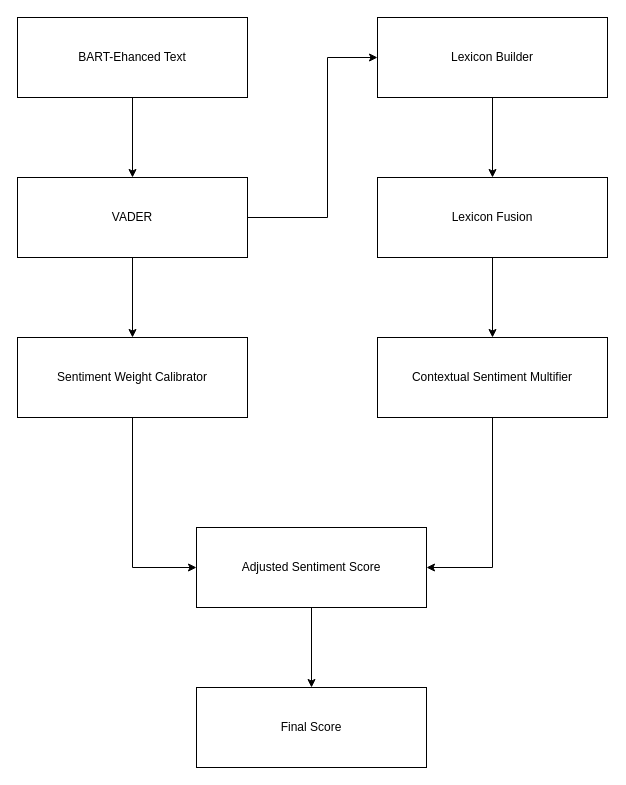
The draw.io diagram 20250426专利.drawio in zhzhaoze/IFT420-Cloud-diagram, before the edit. Source tidied: cells renumbered, new cells numbered last; positions are measured from the earlier drawing's top-left corner, leaving out a move shared by most shapes. Both pictures are drawn from the tidied source at 100%, with x=0, y=0 at pixel (17, 17).
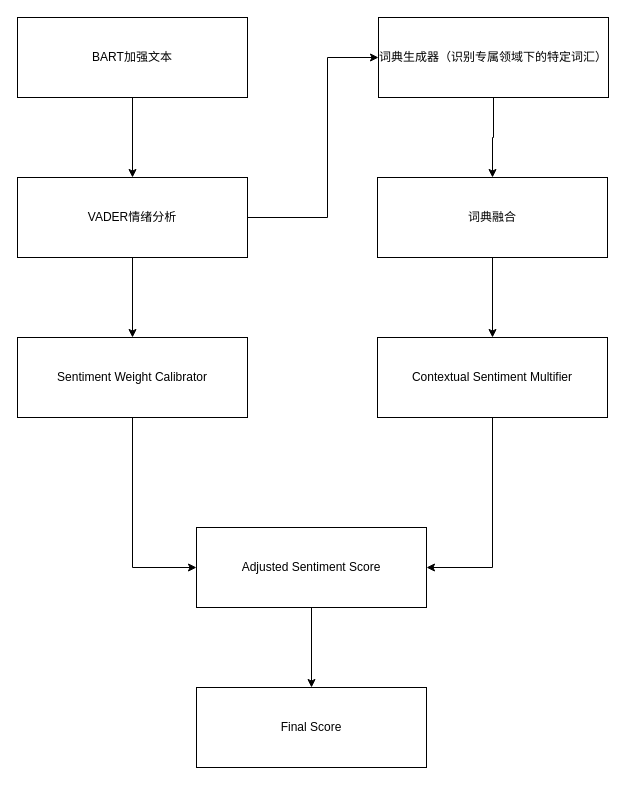
The same diagram, later.

What changed in the source:
```diff
@@
-    <mxCell id="3" value="BART-Ehanced Text" style="rounded=0;whiteSpace=wrap;html=1;" parent="1" vertex="1">
+    <mxCell id="3" value="BART加强文本" style="rounded=0;whiteSpace=wrap;html=1;" parent="1" vertex="1">
       <mxGeometry width="230" height="80" as="geometry" />
     </mxCell>
@@
-    <mxCell id="6" value="VADER" style="rounded=0;whiteSpace=wrap;html=1;" parent="1" vertex="1">
+    <mxCell id="6" value="VADER情绪分析" style="rounded=0;whiteSpace=wrap;html=1;" parent="1" vertex="1">
       <mxGeometry y="160" width="230" height="80" as="geometry" />
     </mxCell>
@@
-    <mxCell id="12" value="Lexicon Builder" style="rounded=0;whiteSpace=wrap;html=1;" parent="1" vertex="1">
-      <mxGeometry x="360" width="230" height="80" as="geometry" />
+    <mxCell id="12" value="词典生成器（识别专属领域下的特定词汇）" style="rounded=0;whiteSpace=wrap;html=1;" parent="1" vertex="1">
+      <mxGeometry x="361" width="230" height="80" as="geometry" />
     </mxCell>
@@
-    <mxCell id="14" value="Lexicon Fusion" style="rounded=0;whiteSpace=wrap;html=1;" parent="1" vertex="1">
+    <mxCell id="14" value="词典融合" style="rounded=0;whiteSpace=wrap;html=1;" parent="1" vertex="1">
       <mxGeometry x="360" y="160" width="230" height="80" as="geometry" />
     </mxCell>
```
